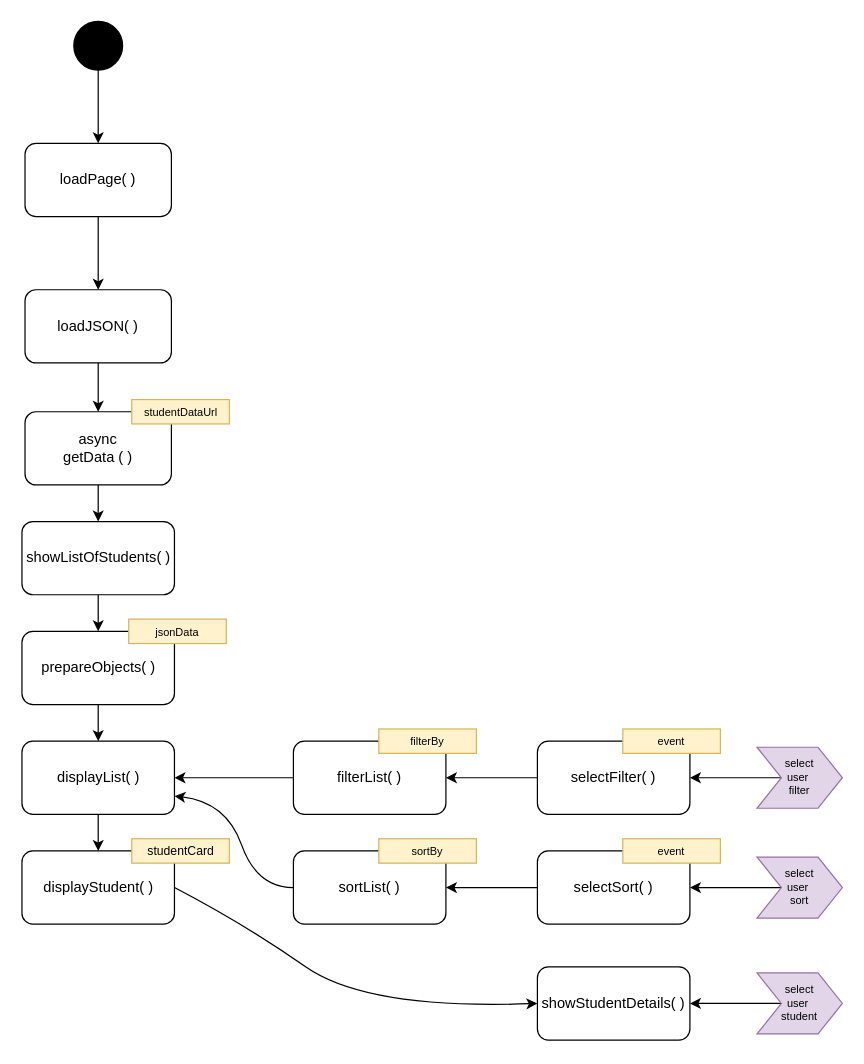
The draw.io diagram diagram_hacked_hogwarts_student_list.drawio in TheFred94/hacked_hogwarts_student_list, before the edit. Source tidied: cells renumbered, new cells numbered last; positions are measured from the earlier drawing's top-left corner, leaving out a move shared by most shapes. Both pictures are drawn from the tidied source at 122%, with x=0, y=0 at pixel (22, 21).
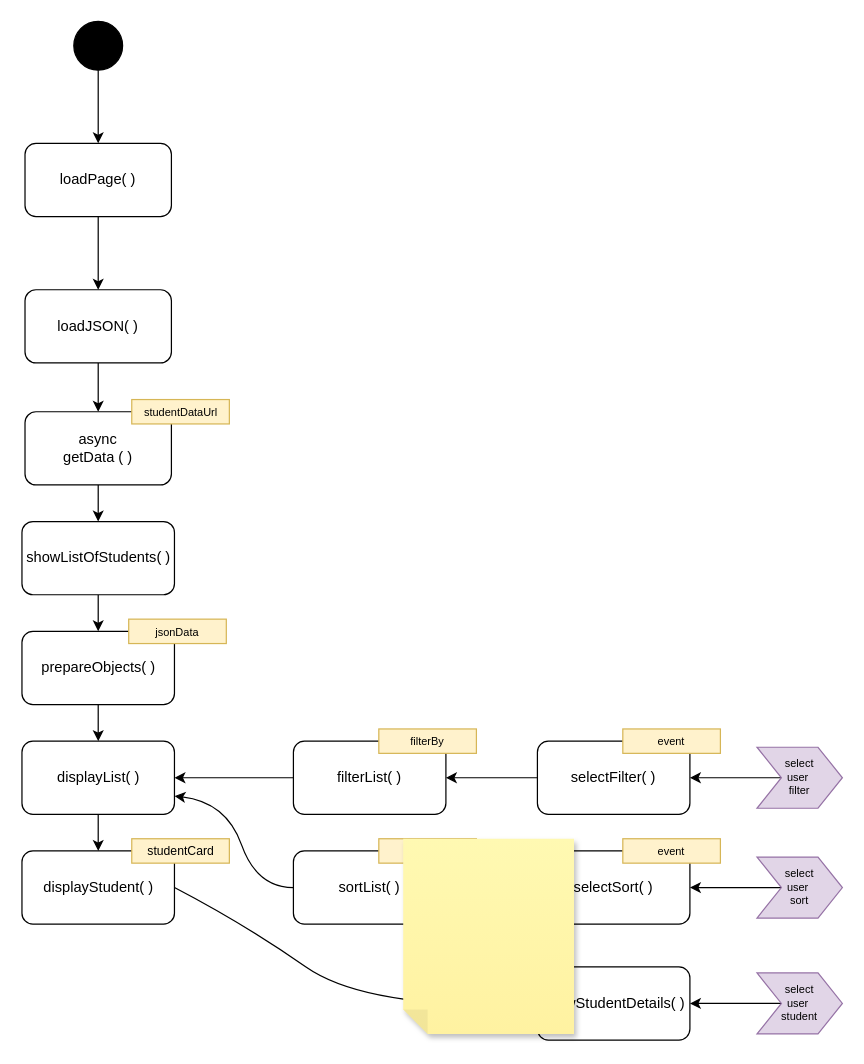
The same page after the edit.

Commit message (it also covers changes not shown here):
changes to diagrams. one deleted

The edit, as a diff of the source:
```diff
@@
+    <mxCell id="40" style="shape=note;whiteSpace=wrap;html=1;backgroundOutline=1;fontColor=#000000;darkOpacity=0.05;fillColor=#FFF9B2;strokeColor=none;fillStyle=solid;direction=west;gradientDirection=north;gradientColor=#FFF2A1;shadow=1;size=20;" parent="1" vertex="1">
+      <mxGeometry x="312" y="670" width="140" height="160" as="geometry" />
+    </mxCell>
```
